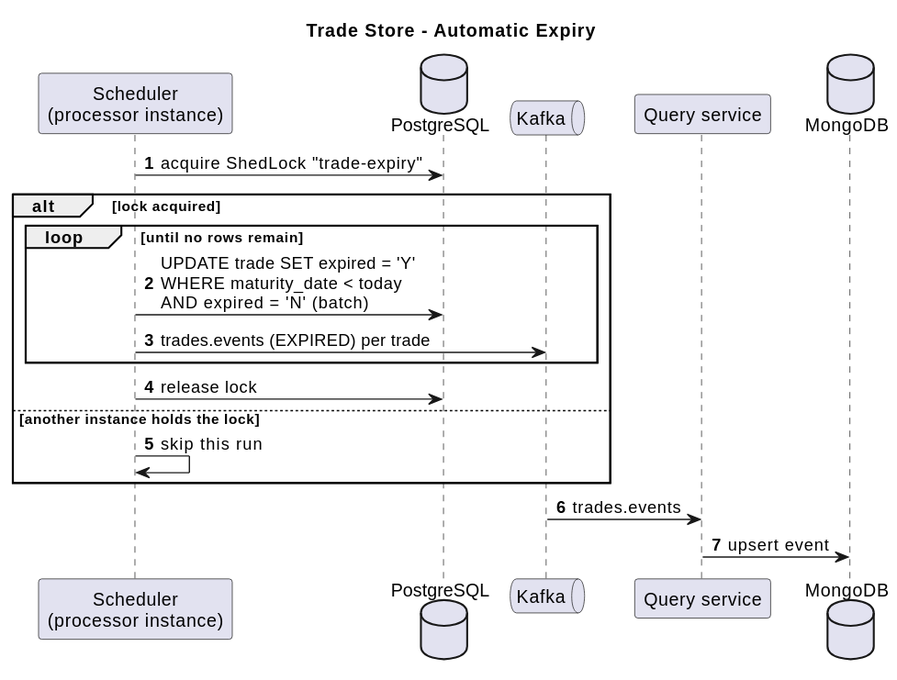
vijaydixitffis/dws-trade-app keeps this PlantUML diagram as docs/diagrams/sequence-expiry.svg. Above is the earlier version. Its diagram source:
```plantuml
@startuml
title Trade Store - Automatic Expiry
autonumber

participant "Scheduler\n(processor instance)" as sch
database "PostgreSQL" as pg
queue "Kafka" as k
participant "Query service" as q
database "MongoDB" as mongo

sch -> pg : acquire ShedLock "trade-expiry"
alt lock acquired
  loop until no rows remain
    sch -> pg : UPDATE trade SET expired = 'Y'\nWHERE maturity_date < today\nAND expired = 'N' (batch)
    sch -> k : trades.events (EXPIRED) per trade
  end
  sch -> pg : release lock
else another instance holds the lock
  sch -> sch : skip this run
end

k -> q : trades.events
q -> mongo : upsert event
@enduml
```
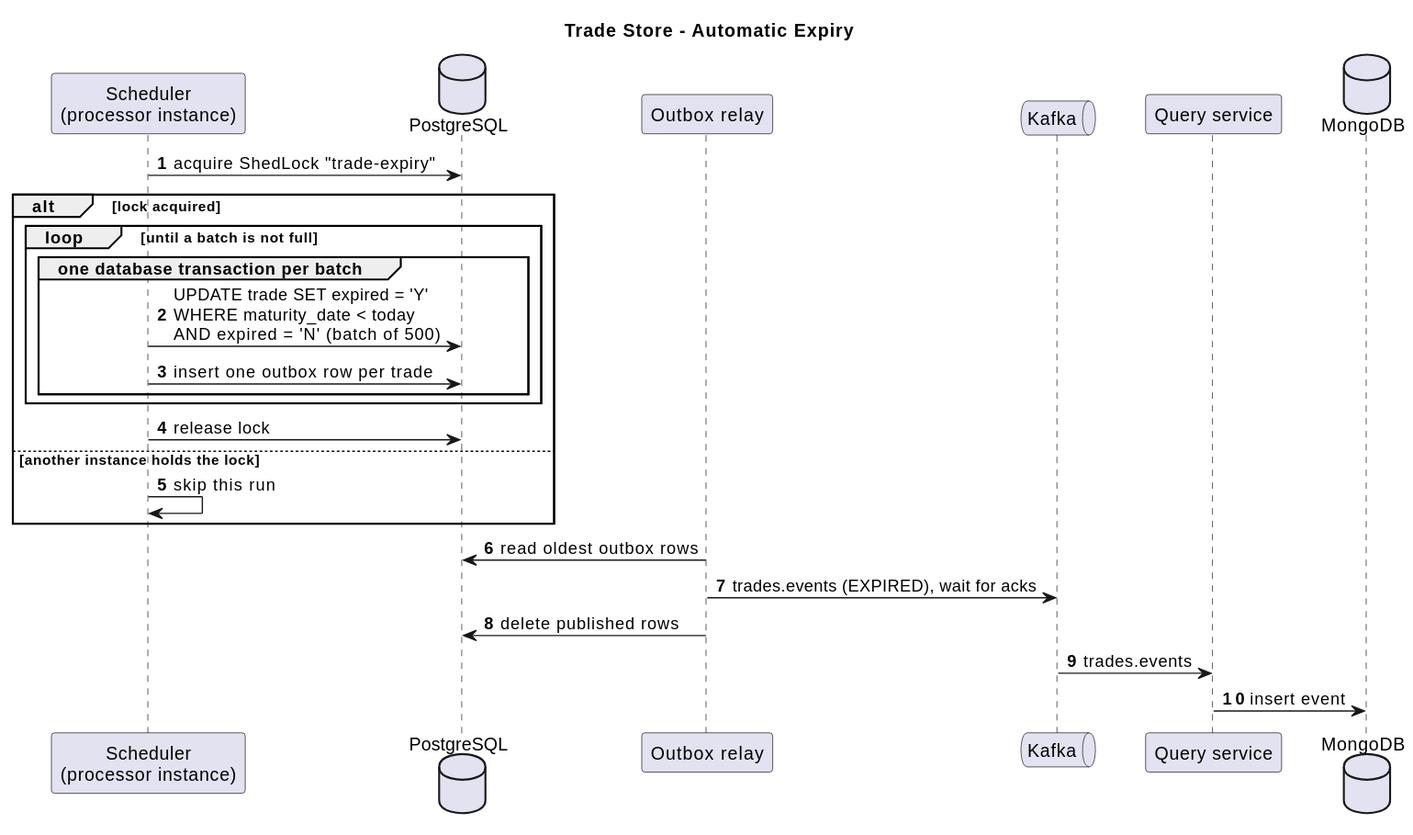
Above is the later version.

Diff of the diagram source:
```diff
@@ -4,21 +4,27 @@
 
 participant "Scheduler\n(processor instance)" as sch
 database "PostgreSQL" as pg
+participant "Outbox relay" as relay
 queue "Kafka" as k
 participant "Query service" as q
 database "MongoDB" as mongo
 
 sch -> pg : acquire ShedLock "trade-expiry"
 alt lock acquired
-  loop until no rows remain
-    sch -> pg : UPDATE trade SET expired = 'Y'\nWHERE maturity_date < today\nAND expired = 'N' (batch)
-    sch -> k : trades.events (EXPIRED) per trade
+  loop until a batch is not full
+    group one database transaction per batch
+      sch -> pg : UPDATE trade SET expired = 'Y'\nWHERE maturity_date < today\nAND expired = 'N' (batch of 500)
+      sch -> pg : insert one outbox row per trade
+    end
   end
   sch -> pg : release lock
 else another instance holds the lock
   sch -> sch : skip this run
 end
 
+relay -> pg : read oldest outbox rows
+relay -> k : trades.events (EXPIRED), wait for acks
+relay -> pg : delete published rows
 k -> q : trades.events
-q -> mongo : upsert event
+q -> mongo : insert event
 @enduml
```
